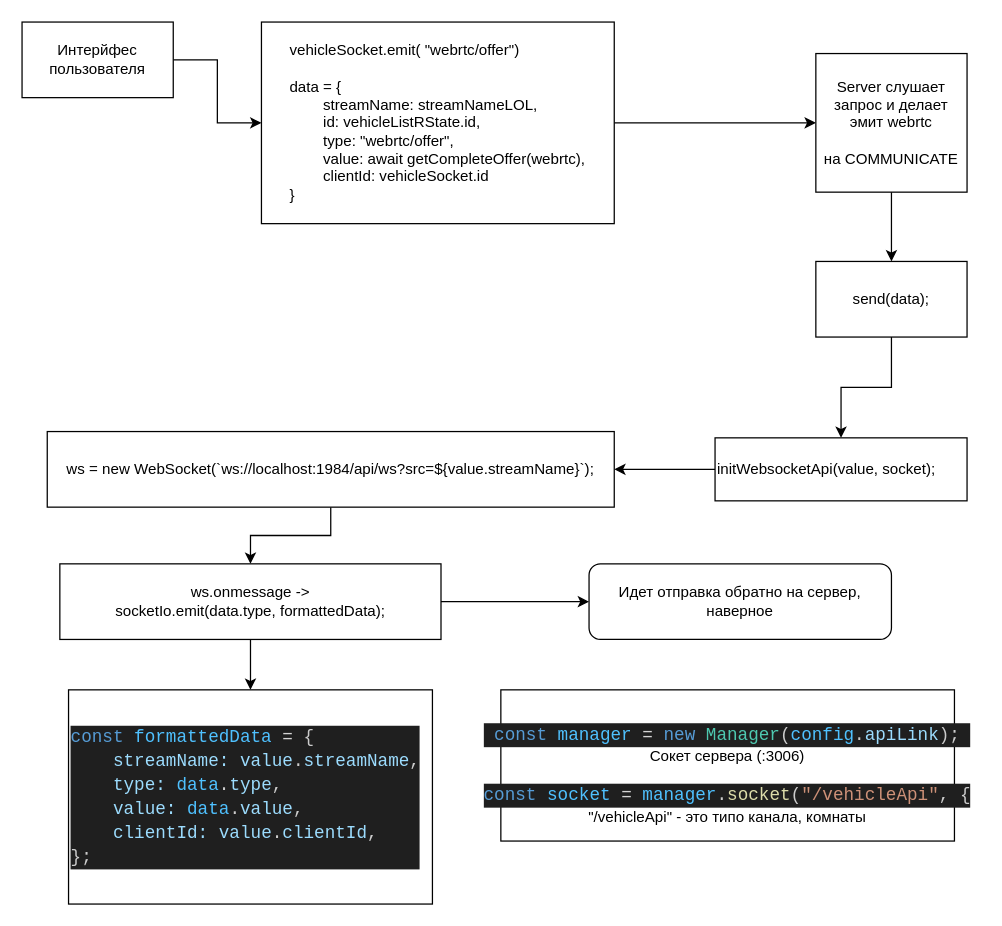
GrigoryGriko/astro_checklist keeps this draw.io diagram as Камеры по webrtc.drawio. Above is the earlier version. Source tidied: cells renumbered, new cells numbered last; positions are measured from the earlier drawing's top-left corner, leaving out a move shared by most shapes. Both pictures are drawn from the tidied source at 126%, with x=0, y=0 at pixel (21, 21).
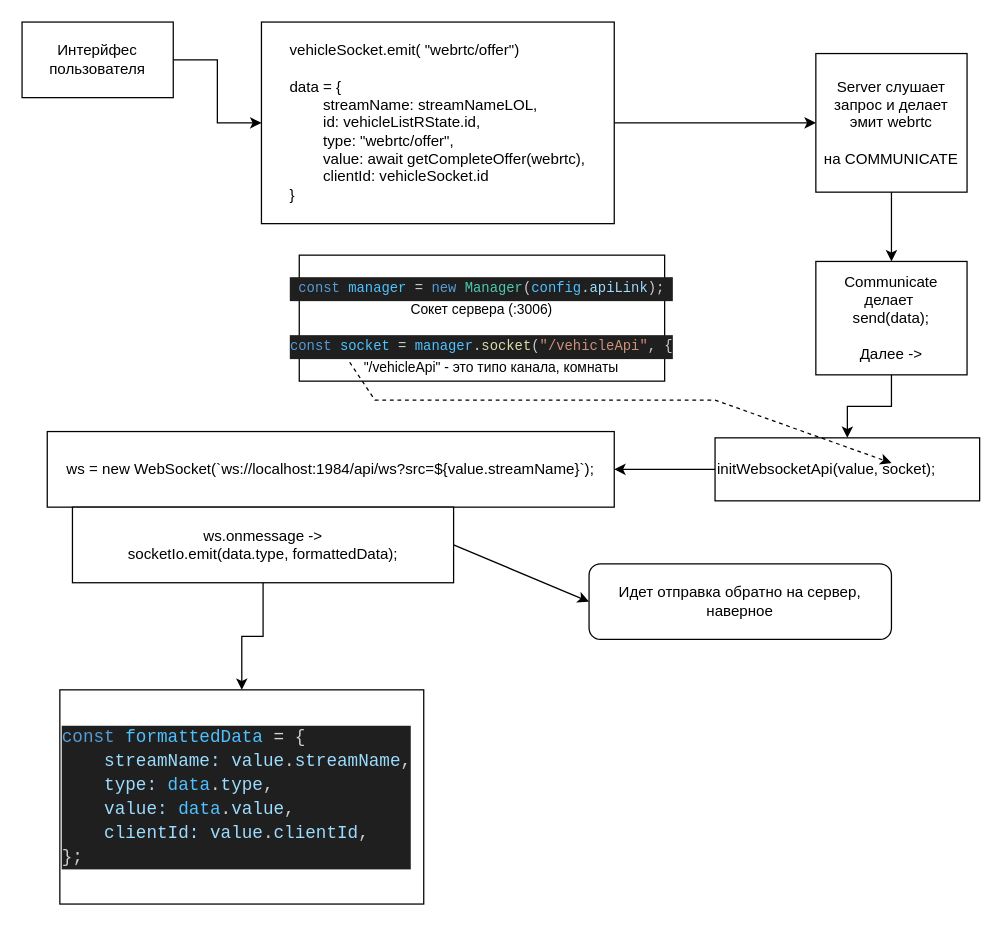
The same page after the edit.

Unchanged cells that the change refers to:
```xml
<mxCell id="13" value="ws = new WebSocket(`ws://localhost:1984/api/ws?src=${value.streamName}`);" style="whiteSpace=wrap;html=1;align=center;rounded=0;" parent="1" vertex="1">
  <mxGeometry x="20" y="325" width="450" height="60" as="geometry" />
</mxCell>
```

What changed in the source:
```diff
@@
-    <mxCell id="9" value="send(data);" style="whiteSpace=wrap;html=1;rounded=0;" parent="1" vertex="1">
-      <mxGeometry x="630" y="190" width="120" height="60" as="geometry" />
+    <mxCell id="9" value="Communicate делает&amp;nbsp;&lt;div&gt;send(data);&lt;/div&gt;&lt;div&gt;&lt;br&gt;&lt;/div&gt;&lt;div&gt;Далее -&amp;gt;&lt;/div&gt;" style="whiteSpace=wrap;html=1;rounded=0;" parent="1" vertex="1">
+      <mxGeometry x="630" y="190" width="120" height="90" as="geometry" />
     </mxCell>
@@
     <mxCell id="11" value="initWebsocketApi(value, socket);" style="whiteSpace=wrap;html=1;rounded=0;align=left;" parent="1" vertex="1">
-      <mxGeometry x="550" y="330" width="200" height="50" as="geometry" />
+      <mxGeometry x="550" y="330" width="210" height="50" as="geometry" />
     </mxCell>
-    <mxCell id="12" style="edgeStyle=orthogonalEdgeStyle;rounded=0;jettySize=auto;html=1;" parent="1" edge="1" source="13" target="15">
-      <mxGeometry relative="1" as="geometry" />
-    </mxCell>
@@
     <mxCell id="15" value="ws.onmessage -&amp;gt;&lt;div&gt;socketIo.emit(data.type, formattedData);&lt;/div&gt;" style="rounded=0;whiteSpace=wrap;html=1;" parent="1" vertex="1">
-      <mxGeometry x="30" y="430" width="302.5" height="60" as="geometry" />
+      <mxGeometry x="40" y="385" width="302.5" height="60" as="geometry" />
     </mxCell>
@@
     <mxCell id="18" value="&lt;br&gt;&lt;div style=&quot;color: #cccccc;background-color: #1f1f1f;font-family: Consolas, 'Courier New', monospace;font-weight: normal;font-size: 14px;line-height: 19px;white-space: pre;&quot;&gt;&lt;div&gt;&lt;span style=&quot;color: #569cd6;&quot;&gt;const&lt;/span&gt;&lt;span style=&quot;color: #cccccc;&quot;&gt; &lt;/span&gt;&lt;span style=&quot;color: #4fc1ff;&quot;&gt;formattedData&lt;/span&gt;&lt;span style=&quot;color: #cccccc;&quot;&gt; &lt;/span&gt;&lt;span style=&quot;color: #d4d4d4;&quot;&gt;=&lt;/span&gt;&lt;span style=&quot;color: #cccccc;&quot;&gt; {&lt;/span&gt;&lt;/div&gt;&lt;div&gt;&lt;span style=&quot;color: #cccccc;&quot;&gt;&amp;nbsp; &amp;nbsp; &lt;/span&gt;&lt;span style=&quot;color: #9cdcfe;&quot;&gt;streamName&lt;/span&gt;&lt;span style=&quot;color: #9cdcfe;&quot;&gt;:&lt;/span&gt;&lt;span style=&quot;color: #cccccc;&quot;&gt; &lt;/span&gt;&lt;span style=&quot;color: #9cdcfe;&quot;&gt;value&lt;/span&gt;&lt;span style=&quot;color: #cccccc;&quot;&gt;.&lt;/span&gt;&lt;span style=&quot;color: #9cdcfe;&quot;&gt;streamName&lt;/span&gt;&lt;span style=&quot;color: #cccccc;&quot;&gt;,&lt;/span&gt;&lt;/div&gt;&lt;div&gt;&lt;span style=&quot;color: #cccccc;&quot;&gt;&amp;nbsp; &amp;nbsp; &lt;/span&gt;&lt;span style=&quot;color: #9cdcfe;&quot;&gt;type&lt;/span&gt;&lt;span style=&quot;color: #9cdcfe;&quot;&gt;:&lt;/span&gt;&lt;span style=&quot;color: #cccccc;&quot;&gt; &lt;/span&gt;&lt;span style=&quot;color: #4fc1ff;&quot;&gt;data&lt;/span&gt;&lt;span style=&quot;color: #cccccc;&quot;&gt;.&lt;/span&gt;&lt;span style=&quot;color: #9cdcfe;&quot;&gt;type&lt;/span&gt;&lt;span style=&quot;color: #cccccc;&quot;&gt;,&lt;/span&gt;&lt;/div&gt;&lt;div&gt;&lt;span style=&quot;color: #cccccc;&quot;&gt;&amp;nbsp; &amp;nbsp; &lt;/span&gt;&lt;span style=&quot;color: #9cdcfe;&quot;&gt;value&lt;/span&gt;&lt;span style=&quot;color: #9cdcfe;&quot;&gt;:&lt;/span&gt;&lt;span style=&quot;color: #cccccc;&quot;&gt; &lt;/span&gt;&lt;span style=&quot;color: #4fc1ff;&quot;&gt;data&lt;/span&gt;&lt;span style=&quot;color: #cccccc;&quot;&gt;.&lt;/span&gt;&lt;span style=&quot;color: #9cdcfe;&quot;&gt;value&lt;/span&gt;&lt;span style=&quot;color: #cccccc;&quot;&gt;,&lt;/span&gt;&lt;/div&gt;&lt;div&gt;&lt;span style=&quot;color: #cccccc;&quot;&gt;&amp;nbsp; &amp;nbsp; &lt;/span&gt;&lt;span style=&quot;color: #9cdcfe;&quot;&gt;clientId&lt;/span&gt;&lt;span style=&quot;color: #9cdcfe;&quot;&gt;:&lt;/span&gt;&lt;span style=&quot;color: #cccccc;&quot;&gt; &lt;/span&gt;&lt;span style=&quot;color: #9cdcfe;&quot;&gt;value&lt;/span&gt;&lt;span style=&quot;color: #cccccc;&quot;&gt;.&lt;/span&gt;&lt;span style=&quot;color: #9cdcfe;&quot;&gt;clientId&lt;/span&gt;&lt;span style=&quot;color: #cccccc;&quot;&gt;,&lt;/span&gt;&lt;/div&gt;&lt;div&gt;&lt;span style=&quot;color: #cccccc;&quot;&gt;};&lt;/span&gt;&lt;/div&gt;&lt;/div&gt;&lt;div&gt;&lt;br/&gt;&lt;/div&gt;" style="whiteSpace=wrap;html=1;rounded=0;align=left;" parent="1" vertex="1">
-      <mxGeometry x="36.9" y="530" width="288.8" height="170" as="geometry" />
+      <mxGeometry x="30" y="530" width="288.8" height="170" as="geometry" />
     </mxCell>
-    <mxCell id="19" value="&lt;br&gt;&lt;div style=&quot;color: #cccccc;background-color: #1f1f1f;font-family: Consolas, 'Courier New', monospace;font-weight: normal;font-size: 14px;line-height: 19px;white-space: pre;&quot;&gt;&lt;div&gt;&lt;span style=&quot;color: #569cd6;&quot;&gt;const&lt;/span&gt;&lt;span style=&quot;color: #cccccc;&quot;&gt; &lt;/span&gt;&lt;span style=&quot;color: #4fc1ff;&quot;&gt;manager&lt;/span&gt;&lt;span style=&quot;color: #cccccc;&quot;&gt; &lt;/span&gt;&lt;span style=&quot;color: #d4d4d4;&quot;&gt;=&lt;/span&gt;&lt;span style=&quot;color: #cccccc;&quot;&gt; &lt;/span&gt;&lt;span style=&quot;color: #569cd6;&quot;&gt;new&lt;/span&gt;&lt;span style=&quot;color: #cccccc;&quot;&gt; &lt;/span&gt;&lt;span style=&quot;color: #4ec9b0;&quot;&gt;Manager&lt;/span&gt;&lt;span style=&quot;color: #cccccc;&quot;&gt;(&lt;/span&gt;&lt;span style=&quot;color: #4fc1ff;&quot;&gt;config&lt;/span&gt;&lt;span style=&quot;color: #cccccc;&quot;&gt;.&lt;/span&gt;&lt;span style=&quot;color: #9cdcfe;&quot;&gt;apiLink&lt;/span&gt;&lt;span style=&quot;color: #cccccc;&quot;&gt;);&lt;/span&gt;&lt;/div&gt;&lt;/div&gt;Сокет сервера (:3006)&lt;div&gt;&lt;br&gt;&lt;/div&gt;&lt;div&gt;&lt;div style=&quot;color: rgb(204, 204, 204); background-color: rgb(31, 31, 31); font-family: Consolas, &amp;quot;Courier New&amp;quot;, monospace; font-size: 14px; line-height: 19px; white-space: pre;&quot;&gt;&lt;span style=&quot;color: #569cd6;&quot;&gt;const&lt;/span&gt; &lt;span style=&quot;color: #4fc1ff;&quot;&gt;socket&lt;/span&gt; &lt;span style=&quot;color: #d4d4d4;&quot;&gt;=&lt;/span&gt; &lt;span style=&quot;color: #4fc1ff;&quot;&gt;manager&lt;/span&gt;.&lt;span style=&quot;color: #dcdcaa;&quot;&gt;socket&lt;/span&gt;(&lt;span style=&quot;color: #ce9178;&quot;&gt;&quot;/vehicleApi&quot;&lt;/span&gt;, {&lt;/div&gt;&quot;/vehicleApi&quot; - это типо канала, комнаты&lt;br&gt;&lt;/div&gt;" style="rounded=0;whiteSpace=wrap;html=1;" parent="1" vertex="1">
-      <mxGeometry x="380" y="530" width="360" height="120" as="geometry" />
+    <mxCell id="19" value="&lt;br style=&quot;font-size: 11px;&quot;&gt;&lt;div style=&quot;color: rgb(204, 204, 204); background-color: rgb(31, 31, 31); font-family: Consolas, &amp;quot;Courier New&amp;quot;, monospace; font-weight: normal; font-size: 11px; line-height: 19px; white-space: pre;&quot;&gt;&lt;div style=&quot;font-size: 11px;&quot;&gt;&lt;span style=&quot;color: rgb(86, 156, 214); font-size: 11px;&quot;&gt;const&lt;/span&gt;&lt;span style=&quot;color: rgb(204, 204, 204); font-size: 11px;&quot;&gt; &lt;/span&gt;&lt;span style=&quot;color: rgb(79, 193, 255); font-size: 11px;&quot;&gt;manager&lt;/span&gt;&lt;span style=&quot;color: rgb(204, 204, 204); font-size: 11px;&quot;&gt; &lt;/span&gt;&lt;span style=&quot;color: rgb(212, 212, 212); font-size: 11px;&quot;&gt;=&lt;/span&gt;&lt;span style=&quot;color: rgb(204, 204, 204); font-size: 11px;&quot;&gt; &lt;/span&gt;&lt;span style=&quot;color: rgb(86, 156, 214); font-size: 11px;&quot;&gt;new&lt;/span&gt;&lt;span style=&quot;color: rgb(204, 204, 204); font-size: 11px;&quot;&gt; &lt;/span&gt;&lt;span style=&quot;color: rgb(78, 201, 176); font-size: 11px;&quot;&gt;Manager&lt;/span&gt;&lt;span style=&quot;color: rgb(204, 204, 204); font-size: 11px;&quot;&gt;(&lt;/span&gt;&lt;span style=&quot;color: rgb(79, 193, 255); font-size: 11px;&quot;&gt;config&lt;/span&gt;&lt;span style=&quot;color: rgb(204, 204, 204); font-size: 11px;&quot;&gt;.&lt;/span&gt;&lt;span style=&quot;color: rgb(156, 220, 254); font-size: 11px;&quot;&gt;apiLink&lt;/span&gt;&lt;span style=&quot;color: rgb(204, 204, 204); font-size: 11px;&quot;&gt;);&lt;/span&gt;&lt;/div&gt;&lt;/div&gt;Сокет сервера (:3006)&lt;div style=&quot;font-size: 11px;&quot;&gt;&lt;br style=&quot;font-size: 11px;&quot;&gt;&lt;/div&gt;&lt;div style=&quot;font-size: 11px;&quot;&gt;&lt;div style=&quot;color: rgb(204, 204, 204); background-color: rgb(31, 31, 31); font-family: Consolas, &amp;quot;Courier New&amp;quot;, monospace; font-size: 11px; line-height: 19px; white-space: pre;&quot;&gt;&lt;span style=&quot;color: rgb(86, 156, 214); font-size: 11px;&quot;&gt;const&lt;/span&gt; &lt;span style=&quot;color: rgb(79, 193, 255); font-size: 11px;&quot;&gt;socket&lt;/span&gt; &lt;span style=&quot;color: rgb(212, 212, 212); font-size: 11px;&quot;&gt;=&lt;/span&gt; &lt;span style=&quot;color: rgb(79, 193, 255); font-size: 11px;&quot;&gt;manager&lt;/span&gt;.&lt;span style=&quot;color: rgb(220, 220, 170); font-size: 11px;&quot;&gt;socket&lt;/span&gt;(&lt;span style=&quot;color: rgb(206, 145, 120); font-size: 11px;&quot;&gt;&quot;/vehicleApi&quot;&lt;/span&gt;, {&lt;/div&gt;&amp;nbsp; &amp;nbsp; &amp;nbsp;&quot;/vehicleApi&quot; - это типо канала, комнаты&lt;br style=&quot;font-size: 11px;&quot;&gt;&lt;/div&gt;" style="rounded=0;whiteSpace=wrap;html=1;fontSize=11;" parent="1" vertex="1">
+      <mxGeometry x="220" y="185" width="290" height="100" as="geometry" />
     </mxCell>
+    <mxCell id="20" style="endArrow=classic;html=1;rounded=0;exitX=0.138;exitY=0.85;exitDx=0;exitDy=0;exitPerimeter=0;entryX=0.667;entryY=0.4;entryDx=0;entryDy=0;entryPerimeter=0;dashed=1;" parent="1" edge="1" source="19" target="11">
+      <mxGeometry relative="1" as="geometry">
+        <Array as="points">
+          <mxPoint x="280" y="300" />
+          <mxPoint x="550" y="300" />
+        </Array>
+      </mxGeometry>
+    </mxCell>
```
